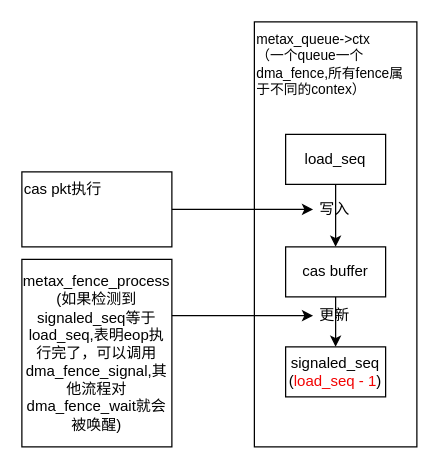
Above: dma_fence_for_mps.drawio in denglin12315/drawio_repo (draw.io), before the change. Source tidied: cells renumbered, new cells numbered last; positions are measured from the earlier drawing's top-left corner, leaving out a move shared by most shapes. Both pictures are drawn from the tidied source at 125%, with x=0, y=0 at pixel (21, 21).
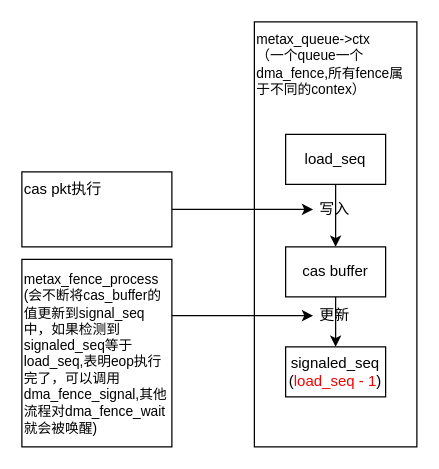
The same diagram, later.

The edit, as a diff of the source:
```diff
@@
 <mxGraphModel>
   <root>
     <mxCell id="0" />
     <mxCell id="1" parent="0" />
     <mxCell id="2" value="&lt;font style=&quot;font-size: 11px;&quot;&gt;metax_queue-&amp;gt;ctx&lt;/font&gt;&lt;div style=&quot;font-size: 11px;&quot;&gt;&lt;font style=&quot;font-size: 11px;&quot;&gt;（一个queue一个dma_fence,所有fence属于不同的contex）&lt;/font&gt;&lt;/div&gt;" style="rounded=0;whiteSpace=wrap;html=1;align=left;verticalAlign=top;" parent="1" vertex="1">
       <mxGeometry x="186" width="130" height="340" as="geometry" />
     </mxCell>
     <mxCell id="3" style="edgeStyle=orthogonalEdgeStyle;rounded=0;jettySize=auto;html=1;exitX=0.5;exitY=1;exitDx=0;exitDy=0;entryX=0.5;entryY=0;entryDx=0;entryDy=0;" parent="1" edge="1" source="4" target="9">
       <mxGeometry relative="1" as="geometry" />
     </mxCell>
     <mxCell id="4" value="load_seq" style="rounded=0;whiteSpace=wrap;html=1;" parent="1" vertex="1">
       <mxGeometry x="211" y="90" width="80" height="40" as="geometry" />
     </mxCell>
     <mxCell id="5" value="signaled_seq&lt;div&gt;(&lt;font color=&quot;#f20202&quot;&gt;load_seq - 1&lt;/font&gt;)&lt;/div&gt;" style="rounded=0;whiteSpace=wrap;html=1;" parent="1" vertex="1">
       <mxGeometry x="211" y="260" width="80" height="40" as="geometry" />
     </mxCell>
     <mxCell id="6" style="edgeStyle=orthogonalEdgeStyle;rounded=0;jettySize=auto;html=1;exitX=1;exitY=0.5;exitDx=0;exitDy=0;entryX=0;entryY=0.5;entryDx=0;entryDy=0;" parent="1" edge="1" source="7" target="10">
       <mxGeometry relative="1" as="geometry" />
     </mxCell>
     <mxCell id="7" value="cas pkt执行" style="rounded=0;whiteSpace=wrap;html=1;verticalAlign=top;align=left;" parent="1" vertex="1">
       <mxGeometry y="120" width="120" height="60" as="geometry" />
     </mxCell>
     <mxCell id="8" style="edgeStyle=orthogonalEdgeStyle;rounded=0;jettySize=auto;html=1;exitX=0.5;exitY=1;exitDx=0;exitDy=0;entryX=0.5;entryY=0;entryDx=0;entryDy=0;" parent="1" edge="1" source="9" target="5">
       <mxGeometry relative="1" as="geometry" />
     </mxCell>
     <mxCell id="9" value="cas buffer" style="rounded=0;whiteSpace=wrap;html=1;" parent="1" vertex="1">
       <mxGeometry x="211" y="180" width="80" height="40" as="geometry" />
     </mxCell>
     <mxCell id="10" value="写入" style="text;html=1;align=center;verticalAlign=middle;whiteSpace=wrap;rounded=0;" parent="1" vertex="1">
       <mxGeometry x="233" y="135" width="35" height="30" as="geometry" />
     </mxCell>
     <mxCell id="11" value="更新" style="text;html=1;align=center;verticalAlign=middle;whiteSpace=wrap;rounded=0;" parent="1" vertex="1">
       <mxGeometry x="233" y="220" width="35" height="30" as="geometry" />
     </mxCell>
     <mxCell id="12" style="edgeStyle=orthogonalEdgeStyle;rounded=0;jettySize=auto;html=1;exitX=0.995;exitY=0.287;exitDx=0;exitDy=0;exitPerimeter=0;" parent="1" edge="1" source="13" target="11">
       <mxGeometry relative="1" as="geometry">
         <Array as="points">
           <mxPoint x="119" y="235" />
         </Array>
       </mxGeometry>
     </mxCell>
-    <mxCell id="13" value="metax_fence_process&lt;div&gt;(如果检测到signaled_seq等于load_seq,表明eop执行完了，可以调用dma_fence_signal,其他流程对dma_fence_wait就会被唤醒)&lt;/div&gt;" style="rounded=0;whiteSpace=wrap;html=1;" parent="1" vertex="1">
+    <mxCell id="13" value="&lt;font style=&quot;font-size: 11px;&quot;&gt;metax_fence_process&lt;/font&gt;&lt;div style=&quot;font-size: 11px;&quot;&gt;&lt;font style=&quot;font-size: 11px;&quot;&gt;(会不断将cas_buffer的值更新到signal_seq中，如果检测到signaled_seq等于load_seq,表明eop执行完了，可以调用dma_fence_signal,其他流程对dma_fence_wait就会被唤醒)&lt;/font&gt;&lt;/div&gt;" style="rounded=0;whiteSpace=wrap;html=1;align=left;" parent="1" vertex="1">
       <mxGeometry y="190" width="120" height="150" as="geometry" />
     </mxCell>
   </root>
 </mxGraphModel>
```
